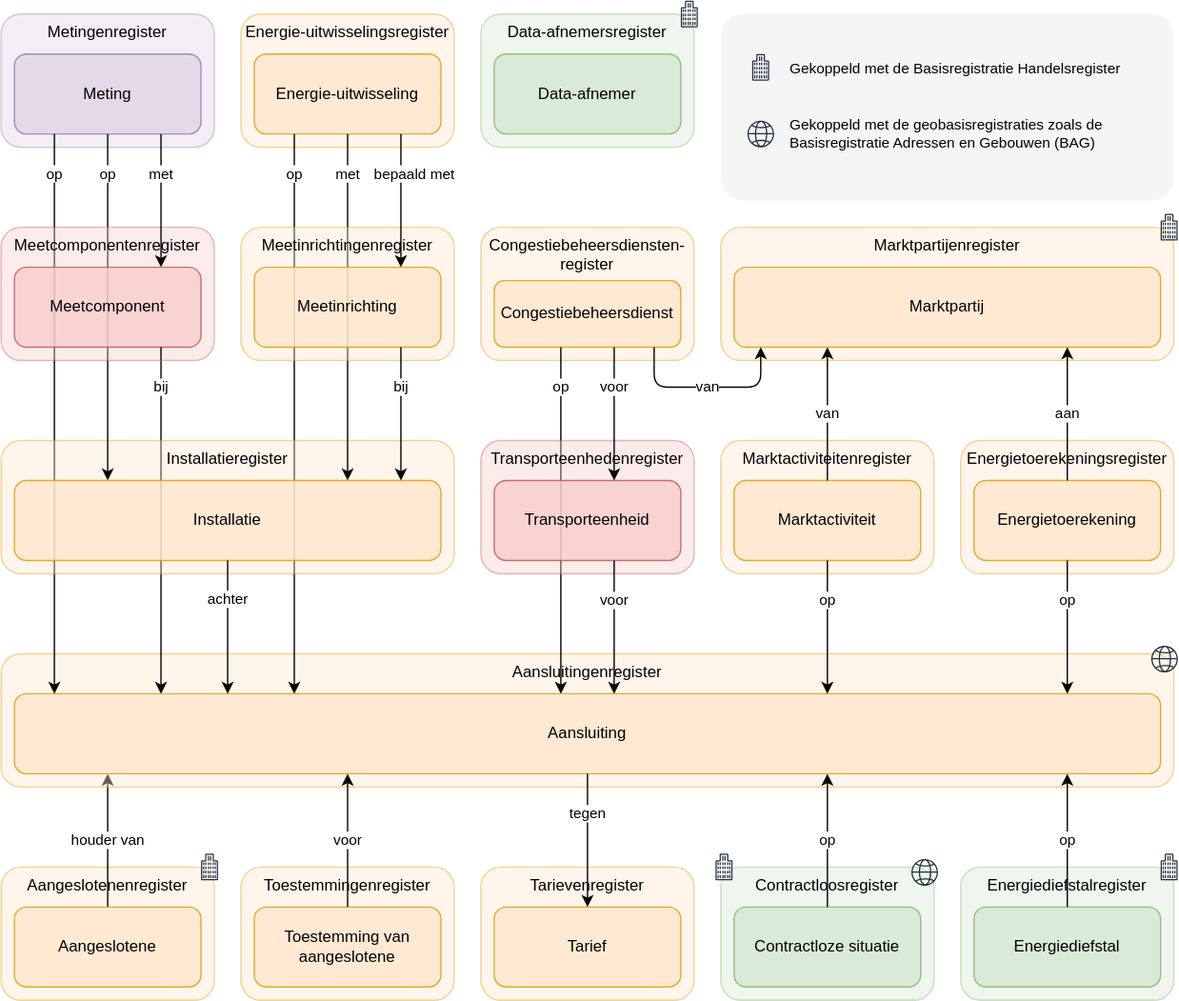
The draw.io diagram docs/assets/images/stelselplaat.drawio.svg in Netbeheer-Nederland/stelsel, before a commit. Source tidied: cells renumbered, new cells last; positions are measured from the earlier drawing's top-left corner, leaving out a move shared by most shapes.
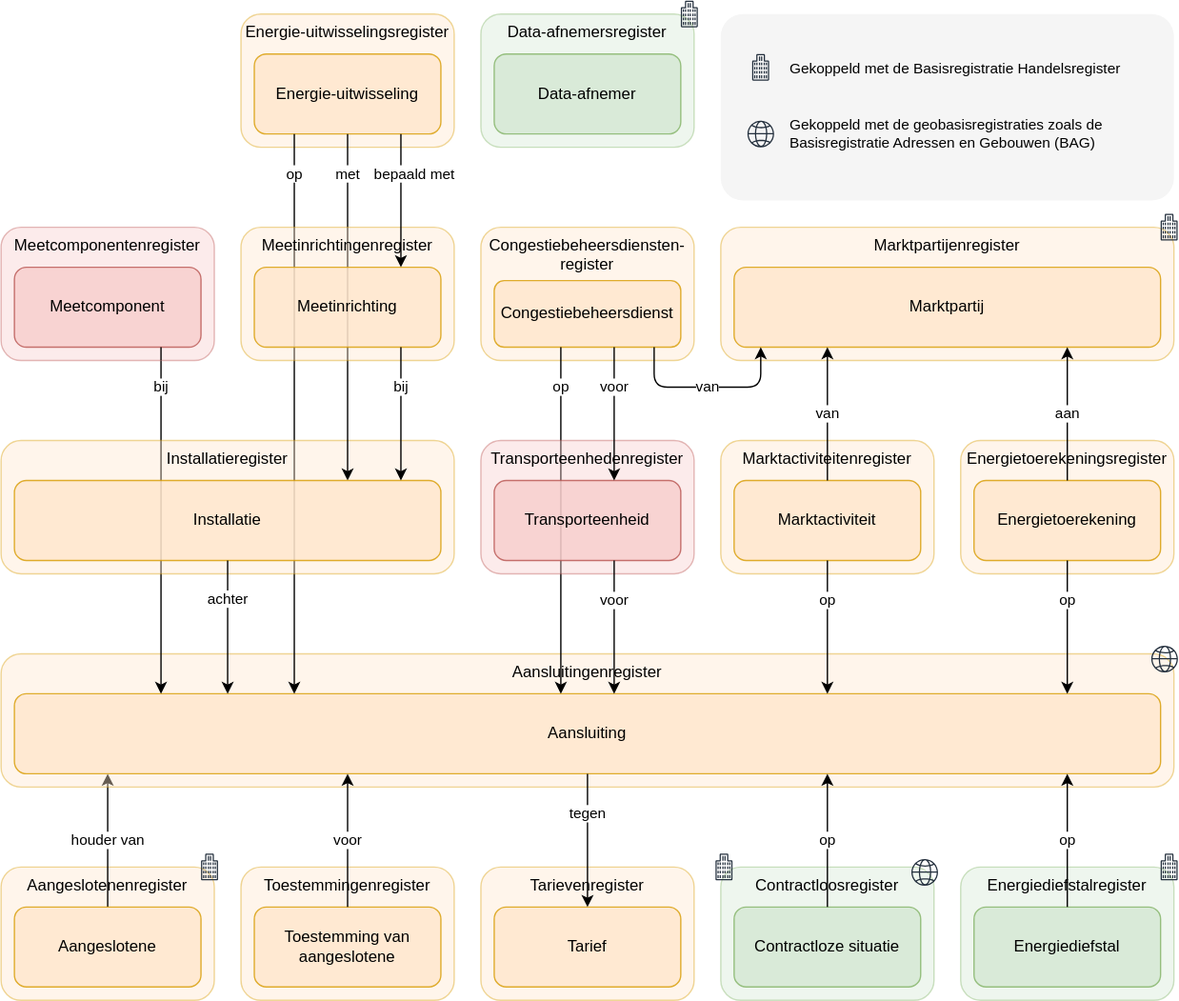
After the change.

Commit message:
Verwijderd: meetingenregister

Change to the diagram source:
```diff
@@ -85,15 +85,9 @@
     <mxCell id="27" value="Energie-uitwisselingsregister" style="rounded=1;whiteSpace=wrap;html=1;verticalAlign=top;horizontal=1;align=center;strokeWidth=1;opacity=40;fillColor=#ffe6cc;strokeColor=#d79b00;fontColor=default;" parent="1" vertex="1">
       <mxGeometry x="180" y="10" width="160" height="100" as="geometry" />
     </mxCell>
-    <mxCell id="28" value="Metingenregister" style="rounded=1;whiteSpace=wrap;html=1;verticalAlign=top;horizontal=1;align=center;opacity=40;fillColor=#e1d5e7;strokeColor=#9673a6;fontColor=default;" parent="1" vertex="1">
-      <mxGeometry y="10" width="160" height="100" as="geometry" />
-    </mxCell>
     <mxCell id="29" value="Energie-uitwisseling" style="rounded=1;whiteSpace=wrap;html=1;fillColor=#ffe6cc;strokeColor=#d79b00;opacity=80;fontColor=default;" parent="1" vertex="1">
       <mxGeometry x="190" y="40" width="140" height="60" as="geometry" />
     </mxCell>
-    <mxCell id="30" value="Meting" style="rounded=1;whiteSpace=wrap;html=1;fillColor=#e1d5e7;strokeColor=#9673a6;opacity=80;fontColor=default;" parent="1" vertex="1">
-      <mxGeometry x="10" y="40" width="140" height="60" as="geometry" />
-    </mxCell>
     <mxCell id="31" value="op" style="endArrow=classic;html=1;rounded=0;edgeStyle=elbowEdgeStyle;fontColor=default;" parent="1" edge="1" source="8" target="24">
       <mxGeometry x="-0.4" relative="1" as="geometry" />
     </mxCell>
@@ -107,13 +101,6 @@
     <mxCell id="33" value="tegen" style="endArrow=classic;html=1;rounded=0;edgeStyle=elbowEdgeStyle;fontColor=default;" parent="1" edge="1" source="24" target="21">
       <mxGeometry x="-0.4" relative="1" as="geometry" />
     </mxCell>
-    <mxCell id="34" value="op" style="endArrow=classic;html=1;rounded=0;edgeStyle=elbowEdgeStyle;fontColor=default;" parent="1" edge="1" source="30" target="24">
-      <mxGeometry x="-0.86" relative="1" as="geometry">
-        <Array as="points">
-          <mxPoint x="40" y="310" />
-        </Array>
-      </mxGeometry>
-    </mxCell>
     <mxCell id="35" value="op" style="endArrow=classic;html=1;rounded=0;edgeStyle=elbowEdgeStyle;fontColor=default;" parent="1" edge="1" source="10" target="24">
       <mxGeometry x="-0.77" relative="1" as="geometry">
         <Array as="points">
@@ -141,13 +128,6 @@
     <mxCell id="40" value="met" style="endArrow=classic;html=1;rounded=0;edgeStyle=elbowEdgeStyle;fontColor=default;" parent="1" edge="1" source="29" target="44">
       <mxGeometry x="-0.77" relative="1" as="geometry" />
     </mxCell>
-    <mxCell id="41" value="op" style="endArrow=classic;html=1;rounded=0;edgeStyle=elbowEdgeStyle;fontColor=default;" parent="1" edge="1" source="30" target="44">
-      <mxGeometry x="-0.77" relative="1" as="geometry">
-        <Array as="points">
-          <mxPoint x="80" y="230" />
-        </Array>
-      </mxGeometry>
-    </mxCell>
     <mxCell id="42" value="Meetinrichtingenregister" style="rounded=1;whiteSpace=wrap;html=1;verticalAlign=top;align=center;horizontal=1;strokeWidth=1;opacity=40;fillColor=#ffe6cc;strokeColor=#d79b00;fontColor=default;" parent="1" vertex="1">
       <mxGeometry x="180" y="170" width="160" height="100" as="geometry" />
     </mxCell>
@@ -188,13 +168,6 @@
     <mxCell id="51" value="Meetcomponent" style="rounded=1;whiteSpace=wrap;html=1;fillColor=#f8cecc;strokeColor=#b85450;opacity=80;fontColor=default;" parent="1" vertex="1">
       <mxGeometry x="10" y="200" width="140" height="60" as="geometry" />
     </mxCell>
-    <mxCell id="52" value="met" style="endArrow=classic;html=1;rounded=0;edgeStyle=elbowEdgeStyle;fontColor=default;" parent="1" edge="1" source="30" target="51">
-      <mxGeometry x="-0.4" relative="1" as="geometry">
-        <Array as="points">
-          <mxPoint x="120" y="150" />
-        </Array>
-      </mxGeometry>
-    </mxCell>
     <mxCell id="53" style="endArrow=none;html=1;rounded=0;fontColor=default;" parent="1" edge="1">
       <mxGeometry relative="1" as="geometry">
         <mxPoint x="120" y="260" as="sourcePoint" />
```
